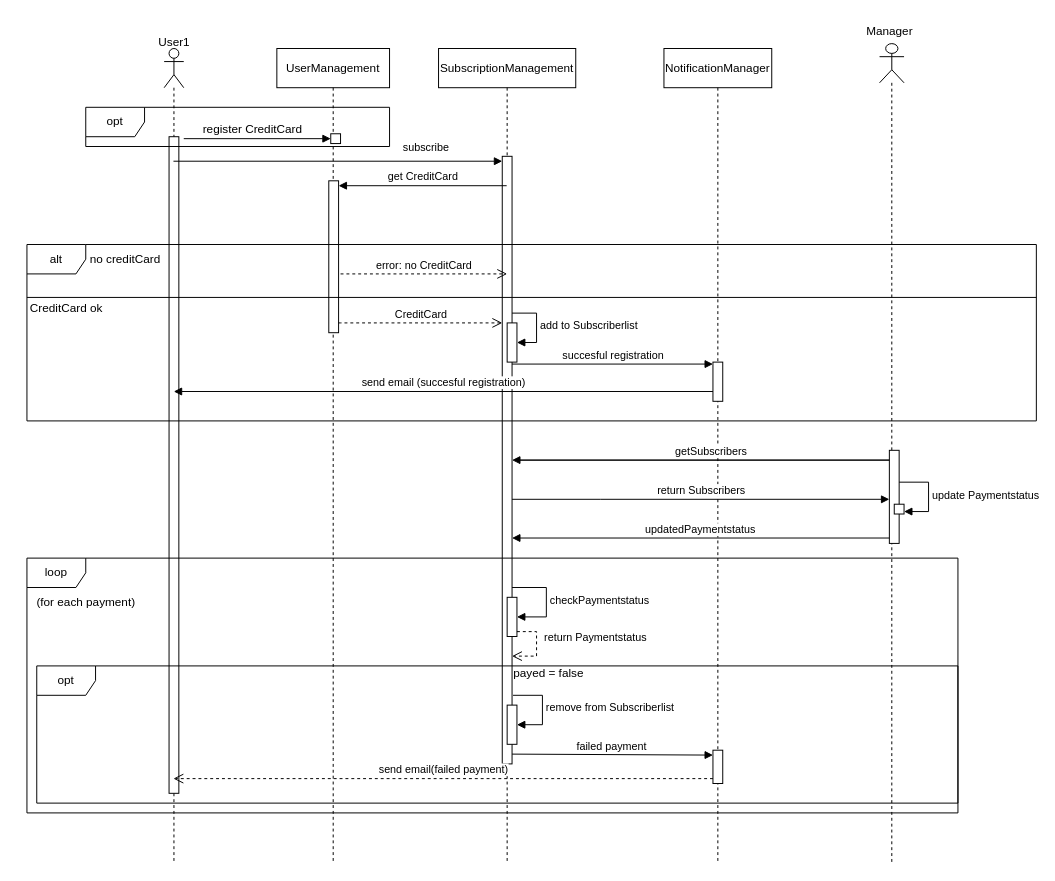
FlipTrick720/SW_Project_Weather_Pager keeps this draw.io diagram as Organisation/WeatherApplication-Sequenzdiagramm.drawio. Above is the earlier version. Source tidied: cells renumbered, new cells numbered last; positions are measured from the earlier drawing's top-left corner, leaving out a move shared by most shapes. Both pictures are drawn from the tidied source at 98%, with x=0, y=0 at pixel (17, 17).
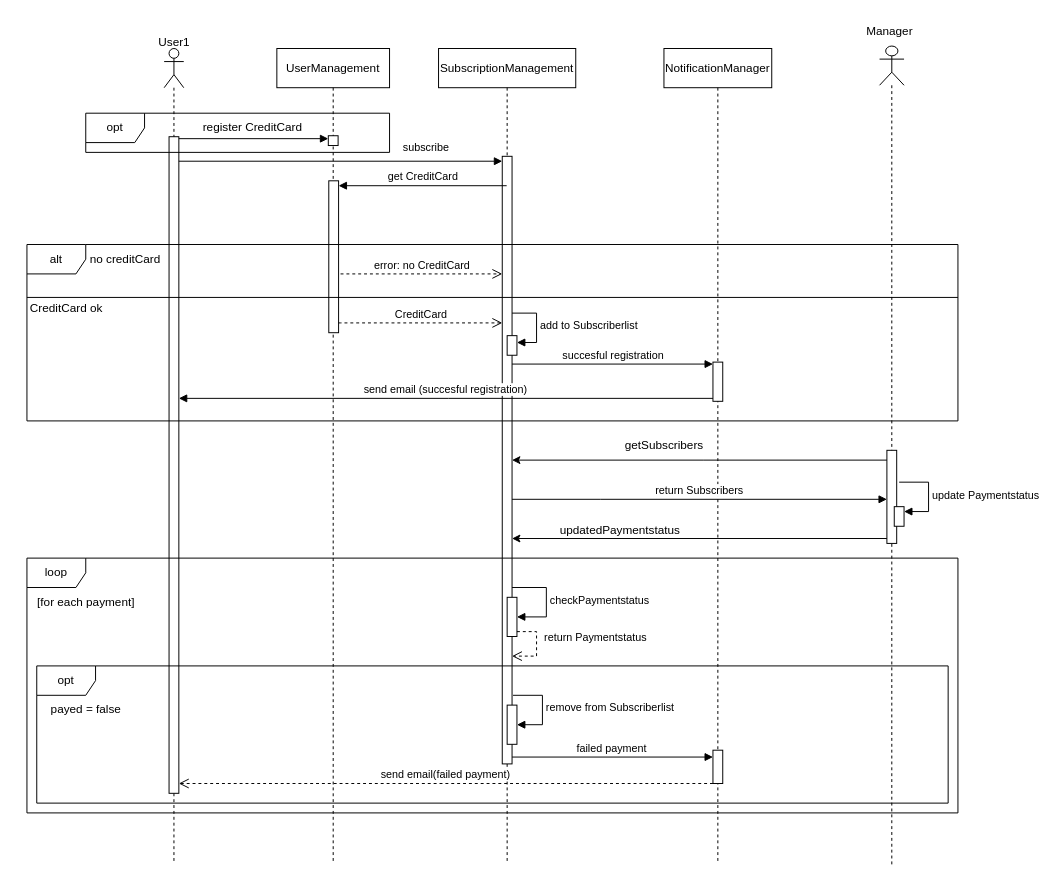
Above is the later version.

Commit message (it also covers changes not shown here):
sequenzdiagramm pdf

Unchanged cells that the change refers to:
```xml
<mxCell id="4" value="NotificationManager" style="shape=umlLifeline;perimeter=lifelinePerimeter;whiteSpace=wrap;html=1;newEdgeStyle={&quot;curved&quot;:0,&quot;rounded&quot;:0};" parent="1" vertex="1">
  <mxGeometry x="660" y="32" width="110" height="830" as="geometry" />
</mxCell>
<mxCell id="5" style="html=1;points=[[0,0,0,0,5],[0,1,0,0,-5],[1,0,0,0,5],[1,1,0,0,-5]];perimeter=orthogonalPerimeter;outlineConnect=0;targetShapes=umlLifeline;portConstraint=eastwest;newEdgeStyle={&quot;curved&quot;:0,&quot;rounded&quot;:0};" parent="4" vertex="1">
  <mxGeometry x="50" y="716" width="10" height="34" as="geometry" />
</mxCell>
<mxCell id="7" style="shape=umlLifeline;perimeter=lifelinePerimeter;whiteSpace=wrap;html=1;outlineConnect=0;portConstraint=eastwest;newEdgeStyle={&quot;curved&quot;:0,&quot;rounded&quot;:0};participant=umlActor;" parent="1" vertex="1">
  <mxGeometry x="150" y="32" width="20" height="830" as="geometry" />
</mxCell>
<mxCell id="8" style="html=1;points=[[0,0,0,0,5],[0,1,0,0,-5],[1,0,0,0,5],[1,1,0,0,-5]];perimeter=orthogonalPerimeter;outlineConnect=0;targetShapes=umlLifeline;portConstraint=eastwest;newEdgeStyle={&quot;curved&quot;:0,&quot;rounded&quot;:0};" parent="7" vertex="1">
  <mxGeometry x="5" y="90" width="10" height="670" as="geometry" />
</mxCell>
<mxCell id="10" value="SubscriptionManagement" style="shape=umlLifeline;perimeter=lifelinePerimeter;whiteSpace=wrap;html=1;outlineConnect=0;portConstraint=eastwest;newEdgeStyle={&quot;curved&quot;:0,&quot;rounded&quot;:0};" parent="1" vertex="1">
  <mxGeometry x="430" y="32" width="140" height="830" as="geometry" />
</mxCell>
<mxCell id="11" style="html=1;points=[[0,0,0,0,5],[0,1,0,0,-5],[1,0,0,0,5],[1,1,0,0,-5]];perimeter=orthogonalPerimeter;outlineConnect=0;targetShapes=umlLifeline;portConstraint=eastwest;newEdgeStyle={&quot;curved&quot;:0,&quot;rounded&quot;:0};" parent="10" vertex="1">
  <mxGeometry x="65" y="110" width="10" height="620" as="geometry" />
</mxCell>
```

Diff of the diagram source:
```diff
@@
-    <mxCell id="6" value="failed payment&amp;nbsp;" style="html=1;verticalAlign=bottom;endArrow=block;curved=0;rounded=0;entryX=0;entryY=0;entryDx=0;entryDy=5;exitX=1;exitY=1;exitDx=0;exitDy=-5;exitPerimeter=0;" parent="4" edge="1" target="5">
+    <mxCell id="6" value="failed payment&amp;nbsp;" style="html=1;verticalAlign=bottom;endArrow=block;curved=0;rounded=0;exitX=1;exitY=1;exitDx=0;exitDy=-5;exitPerimeter=0;" parent="4" edge="1" target="5">
       <mxGeometry relative="1" as="geometry">
-        <mxPoint x="-155" y="720" as="sourcePoint" />
+        <mxPoint x="-155" y="723" as="sourcePoint" />
       </mxGeometry>
     </mxCell>
@@
-    <mxCell id="16" style="html=1;points=[[0,0,0,0,5],[0,1,0,0,-5],[1,0,0,0,5],[1,1,0,0,-5]];perimeter=orthogonalPerimeter;outlineConnect=0;targetShapes=umlLifeline;portConstraint=eastwest;newEdgeStyle={&quot;curved&quot;:0,&quot;rounded&quot;:0};" parent="10" vertex="1">
-      <mxGeometry x="70" y="280" width="10" height="40" as="geometry" />
+    <mxCell id="16" style="html=1;points=[[0,0,0,0,5],[0,1,0,0,-5],[1,0,0,0,5],[1,1,0,0,-5]];perimeter=orthogonalPerimeter;outlineConnect=0;targetShapes=umlLifeline;portConstraint=eastwest;newEdgeStyle={&quot;curved&quot;:0,&quot;rounded&quot;:0};direction=west;" parent="10" vertex="1">
+      <mxGeometry x="70" y="293" width="10" height="20" as="geometry" />
     </mxCell>
@@
-    <mxCell id="18" value="subscribe" style="html=1;verticalAlign=bottom;endArrow=block;curved=0;rounded=0;entryX=0;entryY=0;entryDx=0;entryDy=5;" parent="1" edge="1" source="7" target="11">
-      <mxGeometry x="0.53" y="5" relative="1" as="geometry" />
+    <mxCell id="18" value="subscribe" style="html=1;verticalAlign=bottom;endArrow=block;curved=0;rounded=0;entryX=0;entryY=0;entryDx=0;entryDy=5;" parent="1" edge="1" source="8">
+      <mxGeometry x="0.53" y="5" relative="1" as="geometry">
+        <mxPoint x="495" y="147" as="targetPoint" />
+      </mxGeometry>
     </mxCell>
@@
     <mxCell id="20" value="alt" style="shape=umlFrame;whiteSpace=wrap;html=1;" parent="1" vertex="1">
-      <mxGeometry x="10" y="232" width="1030" height="180" as="geometry" />
+      <mxGeometry x="10" y="232" width="950" height="180" as="geometry" />
     </mxCell>
@@
-    <mxCell id="22" value="error: no CreditCard" style="html=1;verticalAlign=bottom;endArrow=open;dashed=1;endSize=8;curved=0;rounded=0;exitX=1;exitY=1;exitDx=0;exitDy=-5;" parent="1" edge="1">
+    <mxCell id="22" value="error: no CreditCard" style="html=1;verticalAlign=bottom;endArrow=open;dashed=1;endSize=8;curved=0;rounded=0;exitX=1;exitY=1;exitDx=0;exitDy=-5;" parent="1" edge="1" target="11">
       <mxGeometry relative="1" as="geometry">
         <mxPoint x="330" y="262" as="sourcePoint" />
-        <mxPoint x="500" y="262" as="targetPoint" />
       </mxGeometry>
     </mxCell>
     <mxCell id="23" style="line;strokeWidth=1;fillColor=none;align=left;verticalAlign=middle;spacingTop=-1;spacingLeft=3;spacingRight=3;labelPosition=right;strokeColor=inherit;" parent="1" vertex="1">
-      <mxGeometry x="10" y="282" width="1030" height="8" as="geometry" />
+      <mxGeometry x="10" y="282" width="950" height="8" as="geometry" />
     </mxCell>
-    <mxCell id="24" style="html=1;verticalAlign=bottom;endArrow=block;curved=0;rounded=0;entryX=0;entryY=0;entryDx=0;entryDy=5;entryPerimeter=0;" parent="1" edge="1" target="25">
+    <mxCell id="24" style="html=1;verticalAlign=bottom;endArrow=block;curved=0;rounded=0;" parent="1" edge="1">
       <mxGeometry relative="1" as="geometry">
-        <mxPoint x="170" y="124" as="sourcePoint" />
+        <mxPoint x="165" y="124" as="sourcePoint" />
+        <mxPoint x="317.5" y="124" as="targetPoint" />
       </mxGeometry>
     </mxCell>
     <mxCell id="25" style="html=1;points=[[0,0,0,0,5],[0,1,0,0,-5],[1,0,0,0,5],[1,1,0,0,-5]];perimeter=orthogonalPerimeter;outlineConnect=0;targetShapes=umlLifeline;portConstraint=eastwest;newEdgeStyle={&quot;curved&quot;:0,&quot;rounded&quot;:0};" parent="1" vertex="1">
-      <mxGeometry x="320" y="119" width="10" height="10" as="geometry" />
+      <mxGeometry x="317.5" y="121" width="10" height="10" as="geometry" />
     </mxCell>
     <mxCell id="26" value="opt" style="shape=umlFrame;whiteSpace=wrap;html=1;" parent="1" vertex="1">
-      <mxGeometry x="70" y="92" width="310" height="40" as="geometry" />
+      <mxGeometry x="70" y="98" width="310" height="40" as="geometry" />
     </mxCell>
@@
     <mxCell id="31" value="send email (succesful registration)" style="html=1;verticalAlign=bottom;endArrow=block;curved=0;rounded=0;" parent="1" edge="1">
       <mxGeometry relative="1" as="geometry">
-        <mxPoint x="710" y="382" as="sourcePoint" />
-        <mxPoint x="159.8" y="382" as="targetPoint" />
+        <mxPoint x="710" y="389" as="sourcePoint" />
+        <mxPoint x="165" y="389" as="targetPoint" />
+        <Array as="points">
+          <mxPoint x="440" y="389" />
+        </Array>
       </mxGeometry>
     </mxCell>
     <mxCell id="32" value="register CreditCard" style="text;html=1;align=center;verticalAlign=middle;strokeColor=none;fillColor=none;" parent="1" vertex="1">
-      <mxGeometry x="180" y="100" width="120" height="30" as="geometry" />
+      <mxGeometry x="180" y="98" width="120" height="30" as="geometry" />
     </mxCell>
     <mxCell id="33" style="shape=umlLifeline;perimeter=lifelinePerimeter;whiteSpace=wrap;html=1;newEdgeStyle={&quot;curved&quot;:0,&quot;rounded&quot;:0};participant=umlActor;" parent="1" vertex="1">
-      <mxGeometry x="880" y="27" width="25" height="835" as="geometry" />
+      <mxGeometry x="880" y="29.5" width="25" height="835" as="geometry" />
     </mxCell>
     <mxCell id="34" style="html=1;points=[[0,0,0,0,5],[0,1,0,0,-5],[1,0,0,0,5],[1,1,0,0,-5]];perimeter=orthogonalPerimeter;outlineConnect=0;targetShapes=umlLifeline;portConstraint=eastwest;newEdgeStyle={&quot;curved&quot;:0,&quot;rounded&quot;:0};" parent="33" vertex="1">
-      <mxGeometry x="10" y="415" width="10" height="95" as="geometry" />
+      <mxGeometry x="7.5" y="412.5" width="10" height="95" as="geometry" />
     </mxCell>
     <mxCell id="35" style="html=1;perimeter=orthogonalPerimeter;targetShapes=umlLifeline;newEdgeStyle={&quot;curved&quot;:0,&quot;rounded&quot;:0};" parent="33" vertex="1">
-      <mxGeometry x="15" y="470" width="10" height="10" as="geometry" />
+      <mxGeometry x="15" y="470" width="10" height="20" as="geometry" />
     </mxCell>
@@
-    <mxCell id="37" value="getSubscribers" style="html=1;verticalAlign=bottom;endArrow=block;curved=0;rounded=0;" parent="1" edge="1">
-      <mxGeometry x="0.47" relative="1" as="geometry">
-        <mxPoint x="510" y="452" as="sourcePoint" />
-        <mxPoint x="505" y="452" as="targetPoint" />
-        <Array as="points">
-          <mxPoint x="890" y="452" />
-        </Array>
-      </mxGeometry>
-    </mxCell>
@@
-    <mxCell id="39" value="updatedPaymentstatus" style="html=1;verticalAlign=bottom;endArrow=block;curved=0;rounded=0;" parent="1" edge="1">
-      <mxGeometry relative="1" as="geometry">
-        <mxPoint x="890" y="531.5" as="sourcePoint" />
-        <mxPoint x="505" y="531.5" as="targetPoint" />
-      </mxGeometry>
-    </mxCell>
@@
-    <mxCell id="42" value="(for each payment)" style="text;html=1;align=center;verticalAlign=middle;strokeColor=none;fillColor=none;" parent="1" vertex="1">
+    <mxCell id="42" value="[for each payment]" style="text;html=1;align=center;verticalAlign=middle;strokeColor=none;fillColor=none;" parent="1" vertex="1">
       <mxGeometry x="10" y="582" width="120" height="30" as="geometry" />
     </mxCell>
     <mxCell id="43" value="opt" style="shape=umlFrame;whiteSpace=wrap;html=1;" parent="1" vertex="1">
-      <mxGeometry x="20" y="662" width="940" height="140" as="geometry" />
+      <mxGeometry x="20" y="662" width="930" height="140" as="geometry" />
     </mxCell>
     <mxCell id="44" value="payed = false" style="text;html=1;align=center;verticalAlign=middle;strokeColor=none;fillColor=none;" parent="1" vertex="1">
-      <mxGeometry x="492" y="655" width="100" height="30" as="geometry" />
+      <mxGeometry x="20" y="692" width="100" height="30" as="geometry" />
     </mxCell>
@@
-    <mxCell id="46" value="send email(failed payment)" style="html=1;verticalAlign=bottom;endArrow=open;dashed=1;endSize=8;curved=0;rounded=0;exitX=0;exitY=1;exitDx=0;exitDy=-5;" parent="1" edge="1" source="5" target="7">
-      <mxGeometry relative="1" as="geometry" />
+    <mxCell id="46" value="send email(failed payment)" style="html=1;verticalAlign=bottom;endArrow=open;dashed=1;endSize=8;curved=0;rounded=0;" parent="1" edge="1">
+      <mxGeometry relative="1" as="geometry">
+        <mxPoint x="710" y="782" as="sourcePoint" />
+        <mxPoint x="165" y="782" as="targetPoint" />
+      </mxGeometry>
     </mxCell>
+    <mxCell id="47" style="endArrow=classic;html=1;rounded=0;" parent="1" edge="1" source="34" target="11">
+      <mxGeometry relative="1" as="geometry">
+        <Array as="points">
+          <mxPoint x="700" y="452" />
+        </Array>
+      </mxGeometry>
+    </mxCell>
+    <mxCell id="37" value="getSubscribers" style="text;html=1;align=center;verticalAlign=middle;strokeColor=none;fillColor=none;" parent="1" vertex="1">
+      <mxGeometry x="610" y="422" width="100" height="30" as="geometry" />
+    </mxCell>
+    <mxCell id="48" style="endArrow=classic;html=1;rounded=0;exitX=0;exitY=1;exitDx=0;exitDy=-5;exitPerimeter=0;" parent="1" edge="1" source="34" target="11">
+      <mxGeometry relative="1" as="geometry" />
+    </mxCell>
+    <mxCell id="39" value="updatedPaymentstatus" style="text;html=1;align=center;verticalAlign=middle;strokeColor=none;fillColor=none;" parent="1" vertex="1">
+      <mxGeometry x="540" y="509" width="150" height="30" as="geometry" />
+    </mxCell>
```
